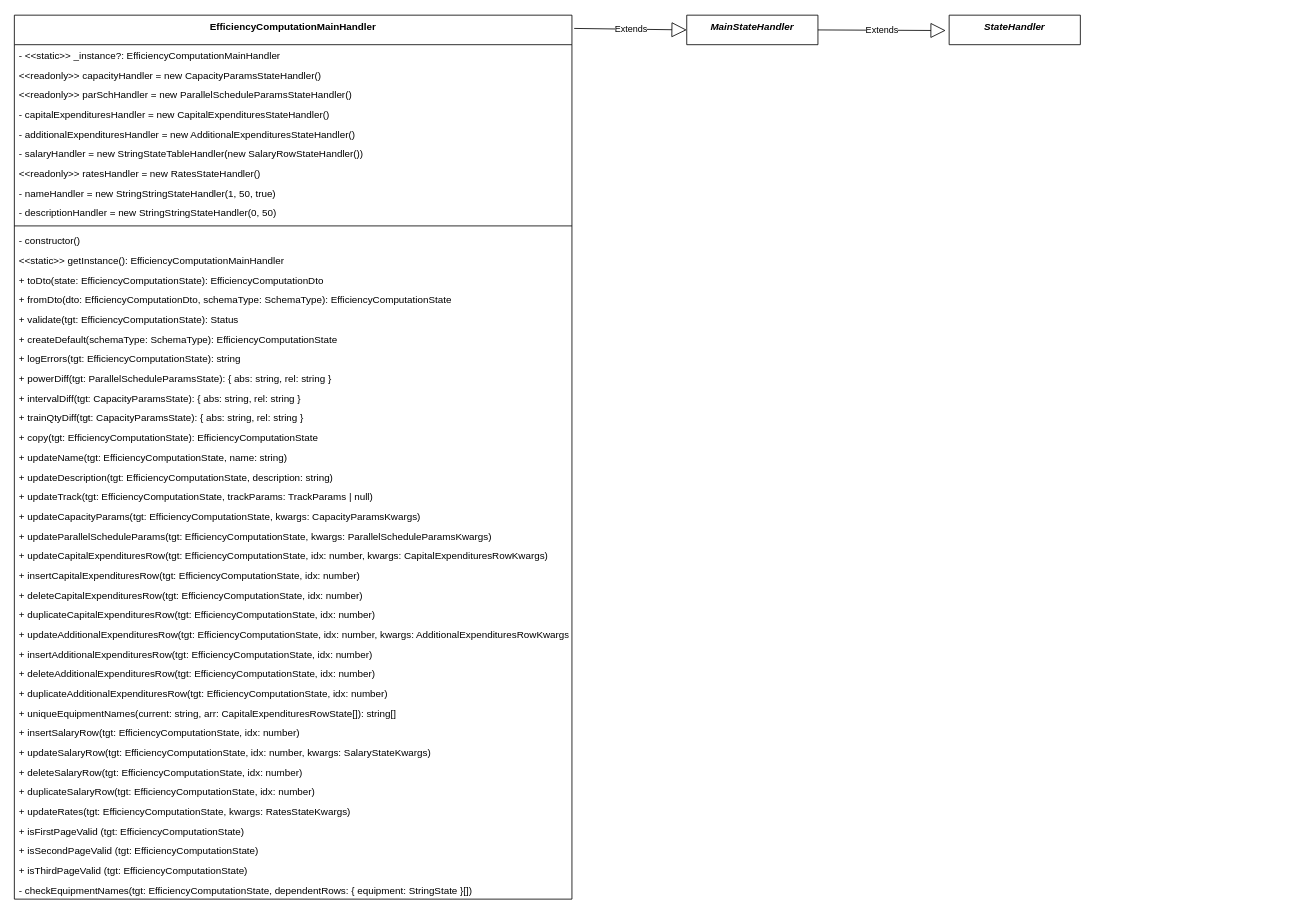
This is page "Экономика" (2 of 2) of Модель.drawio from orlov-oleg-developer/asuter-UML, a draw.io file, before an edit. Source tidied: cells renumbered, new cells numbered last; positions are measured from the earlier drawing's top-left corner, leaving out a move shared by most shapes. Both pictures are drawn from the tidied source at 82%, with x=0, y=0 at pixel (14, 15).
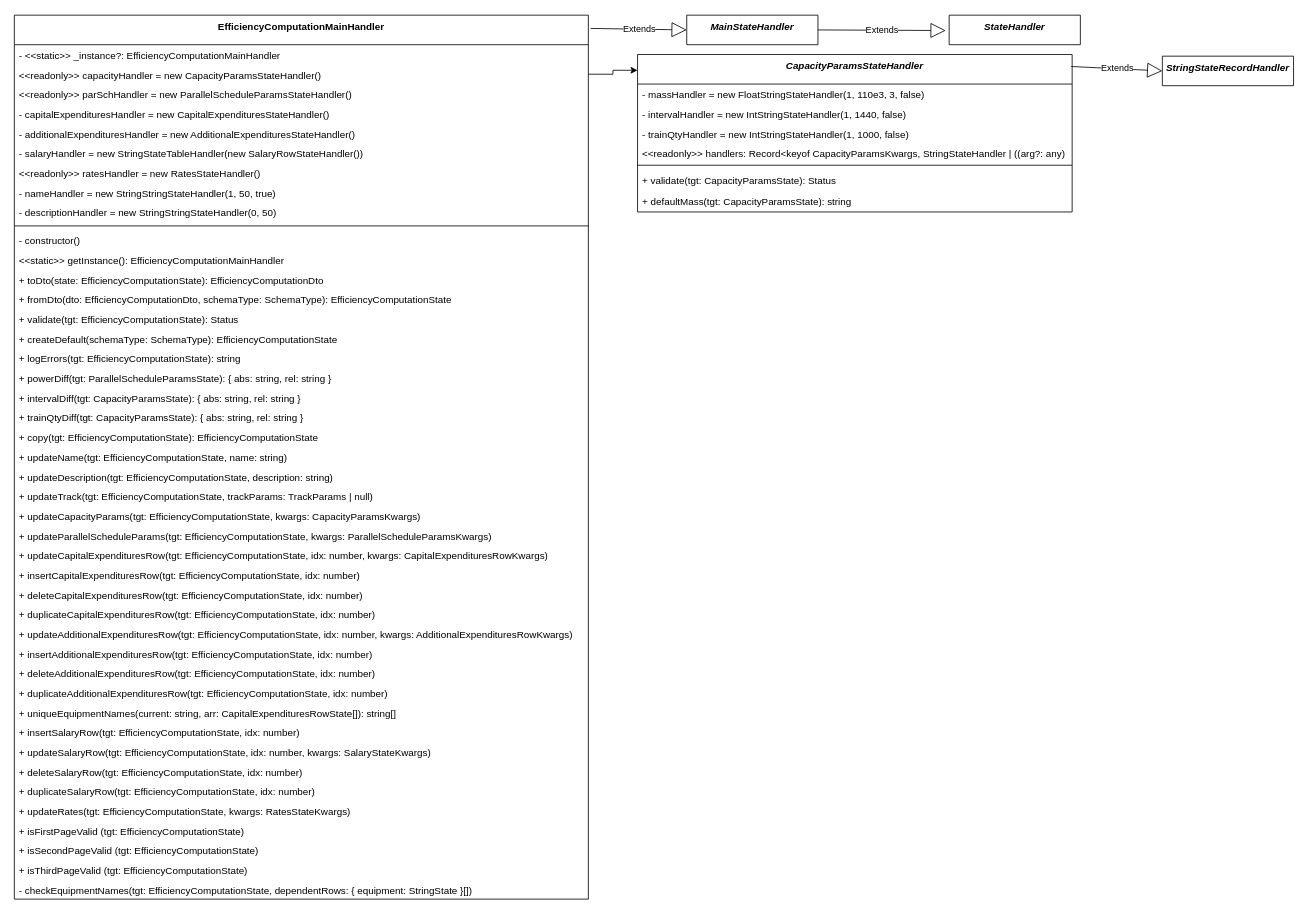
After the change.

What changed in the source:
```diff
@@
     <mxCell id="3" value="EfficiencyComputationMainHandler" style="swimlane;fontStyle=1;align=center;verticalAlign=top;horizontal=1;startSize=36;rounded=0;shadow=0;strokeWidth=1;" parent="1" vertex="1">
-      <mxGeometry width="680" height="1078" as="geometry" />
+      <mxGeometry width="700" height="1078" as="geometry" />
     </mxCell>
     <mxCell id="4" value="- &lt;&lt;static&gt;&gt; _instance?: EfficiencyComputationMainHandler" style="text;align=left;verticalAlign=top;spacingLeft=4;spacingRight=4;overflow=hidden;" parent="3" vertex="1">
-      <mxGeometry y="36" width="680" height="24" as="geometry" />
+      <mxGeometry y="36" width="700" height="24" as="geometry" />
     </mxCell>
     <mxCell id="5" value="&lt;&lt;readonly&gt;&gt; capacityHandler = new CapacityParamsStateHandler()" style="text;align=left;verticalAlign=top;spacingLeft=4;spacingRight=4;overflow=hidden;points=[[0,0.5],[1,0.5]];portConstraint=eastwest;" parent="3" vertex="1">
-      <mxGeometry y="60" width="680" height="24" as="geometry" />
+      <mxGeometry y="60" width="700" height="24" as="geometry" />
     </mxCell>
     <mxCell id="6" value="&lt;&lt;readonly&gt;&gt; parSchHandler = new ParallelScheduleParamsStateHandler()" style="text;align=left;verticalAlign=top;spacingLeft=4;spacingRight=4;overflow=hidden;" parent="3" vertex="1">
-      <mxGeometry y="84" width="680" height="24" as="geometry" />
+      <mxGeometry y="84" width="700" height="24" as="geometry" />
     </mxCell>
     <mxCell id="7" value="- capitalExpendituresHandler = new CapitalExpendituresStateHandler()" style="text;align=left;verticalAlign=top;spacingLeft=4;spacingRight=4;overflow=hidden;" parent="3" vertex="1">
-      <mxGeometry y="108" width="680" height="24" as="geometry" />
+      <mxGeometry y="108" width="700" height="24" as="geometry" />
     </mxCell>
     <mxCell id="8" value="- additionalExpendituresHandler = new AdditionalExpendituresStateHandler()" style="text;align=left;verticalAlign=top;spacingLeft=4;spacingRight=4;overflow=hidden;" parent="3" vertex="1">
-      <mxGeometry y="132" width="680" height="24" as="geometry" />
+      <mxGeometry y="132" width="700" height="24" as="geometry" />
     </mxCell>
     <mxCell id="9" value="- salaryHandler = new StringStateTableHandler(new SalaryRowStateHandler())" style="text;align=left;verticalAlign=top;spacingLeft=4;spacingRight=4;overflow=hidden;" parent="3" vertex="1">
-      <mxGeometry y="156" width="680" height="24" as="geometry" />
+      <mxGeometry y="156" width="700" height="24" as="geometry" />
     </mxCell>
     <mxCell id="10" value="&lt;&lt;readonly&gt;&gt; ratesHandler = new RatesStateHandler()" style="text;align=left;verticalAlign=top;spacingLeft=4;spacingRight=4;overflow=hidden;" parent="3" vertex="1">
-      <mxGeometry y="180" width="680" height="24" as="geometry" />
+      <mxGeometry y="180" width="700" height="24" as="geometry" />
     </mxCell>
     <mxCell id="11" value="- nameHandler = new StringStringStateHandler(1, 50, true)" style="text;align=left;verticalAlign=top;spacingLeft=4;spacingRight=4;overflow=hidden;" parent="3" vertex="1">
-      <mxGeometry y="204" width="680" height="24" as="geometry" />
+      <mxGeometry y="204" width="700" height="24" as="geometry" />
     </mxCell>
     <mxCell id="12" value="- descriptionHandler = new StringStringStateHandler(0, 50)" style="text;align=left;verticalAlign=top;spacingLeft=4;spacingRight=4;overflow=hidden;" parent="3" vertex="1">
-      <mxGeometry y="228" width="680" height="24" as="geometry" />
+      <mxGeometry y="228" width="700" height="24" as="geometry" />
     </mxCell>
     <mxCell id="13" style="line;html=1;strokeWidth=1;align=left;verticalAlign=middle;spacingTop=-1;spacingLeft=3;spacingRight=3;labelPosition=right;" parent="3" vertex="1">
-      <mxGeometry y="252" width="680" height="10" as="geometry" />
+      <mxGeometry y="252" width="700" height="10" as="geometry" />
     </mxCell>
     <mxCell id="14" value="- constructor()" style="text;align=left;verticalAlign=top;spacingLeft=4;spacingRight=4;overflow=hidden;" parent="3" vertex="1">
-      <mxGeometry y="262" width="680" height="24" as="geometry" />
+      <mxGeometry y="262" width="700" height="24" as="geometry" />
     </mxCell>
     <mxCell id="15" value="&lt;&lt;static&gt;&gt; getInstance(): EfficiencyComputationMainHandler" style="text;align=left;verticalAlign=top;spacingLeft=4;spacingRight=4;overflow=hidden;" parent="3" vertex="1">
-      <mxGeometry y="286" width="680" height="24" as="geometry" />
+      <mxGeometry y="286" width="700" height="24" as="geometry" />
     </mxCell>
     <mxCell id="16" value="+ toDto(state: EfficiencyComputationState): EfficiencyComputationDto" style="text;align=left;verticalAlign=top;spacingLeft=4;spacingRight=4;overflow=hidden;" parent="3" vertex="1">
-      <mxGeometry y="310" width="680" height="24" as="geometry" />
+      <mxGeometry y="310" width="700" height="24" as="geometry" />
     </mxCell>
     <mxCell id="17" value="+ fromDto(dto: EfficiencyComputationDto, schemaType: SchemaType): EfficiencyComputationState" style="text;align=left;verticalAlign=top;spacingLeft=4;spacingRight=4;overflow=hidden;" parent="3" vertex="1">
-      <mxGeometry y="334" width="680" height="24" as="geometry" />
+      <mxGeometry y="334" width="700" height="24" as="geometry" />
     </mxCell>
     <mxCell id="18" value="+ validate(tgt: EfficiencyComputationState): Status" style="text;align=left;verticalAlign=top;spacingLeft=4;spacingRight=4;overflow=hidden;" parent="3" vertex="1">
-      <mxGeometry y="358" width="680" height="24" as="geometry" />
+      <mxGeometry y="358" width="700" height="24" as="geometry" />
     </mxCell>
     <mxCell id="19" value="+ createDefault(schemaType: SchemaType): EfficiencyComputationState" style="text;align=left;verticalAlign=top;spacingLeft=4;spacingRight=4;overflow=hidden;" parent="3" vertex="1">
-      <mxGeometry y="382" width="680" height="24" as="geometry" />
+      <mxGeometry y="382" width="700" height="24" as="geometry" />
     </mxCell>
     <mxCell id="20" value="+ logErrors(tgt: EfficiencyComputationState): string" style="text;align=left;verticalAlign=top;spacingLeft=4;spacingRight=4;overflow=hidden;" parent="3" vertex="1">
-      <mxGeometry y="406" width="680" height="24" as="geometry" />
+      <mxGeometry y="406" width="700" height="24" as="geometry" />
     </mxCell>
     <mxCell id="21" value="+ powerDiff(tgt: ParallelScheduleParamsState): { abs: string, rel: string }" style="text;align=left;verticalAlign=top;spacingLeft=4;spacingRight=4;overflow=hidden;" parent="3" vertex="1">
-      <mxGeometry y="430" width="680" height="24" as="geometry" />
+      <mxGeometry y="430" width="700" height="24" as="geometry" />
     </mxCell>
     <mxCell id="22" value="+ intervalDiff(tgt: CapacityParamsState): { abs: string, rel: string }" style="text;align=left;verticalAlign=top;spacingLeft=4;spacingRight=4;overflow=hidden;" parent="3" vertex="1">
-      <mxGeometry y="454" width="680" height="24" as="geometry" />
+      <mxGeometry y="454" width="700" height="24" as="geometry" />
     </mxCell>
     <mxCell id="23" value="+ trainQtyDiff(tgt: CapacityParamsState): { abs: string, rel: string }" style="text;align=left;verticalAlign=top;spacingLeft=4;spacingRight=4;overflow=hidden;" parent="3" vertex="1">
-      <mxGeometry y="478" width="680" height="24" as="geometry" />
+      <mxGeometry y="478" width="700" height="24" as="geometry" />
     </mxCell>
     <mxCell id="24" value="+ copy(tgt: EfficiencyComputationState): EfficiencyComputationState" style="text;align=left;verticalAlign=top;spacingLeft=4;spacingRight=4;overflow=hidden;" parent="3" vertex="1">
-      <mxGeometry y="502" width="680" height="24" as="geometry" />
+      <mxGeometry y="502" width="700" height="24" as="geometry" />
     </mxCell>
     <mxCell id="25" value="+ updateName(tgt: EfficiencyComputationState, name: string)" style="text;align=left;verticalAlign=top;spacingLeft=4;spacingRight=4;overflow=hidden;" parent="3" vertex="1">
-      <mxGeometry y="526" width="680" height="24" as="geometry" />
+      <mxGeometry y="526" width="700" height="24" as="geometry" />
     </mxCell>
     <mxCell id="26" value="+ updateDescription(tgt: EfficiencyComputationState, description: string)" style="text;align=left;verticalAlign=top;spacingLeft=4;spacingRight=4;overflow=hidden;" parent="3" vertex="1">
-      <mxGeometry y="550" width="680" height="24" as="geometry" />
+      <mxGeometry y="550" width="700" height="24" as="geometry" />
     </mxCell>
     <mxCell id="27" value="+ updateTrack(tgt: EfficiencyComputationState, trackParams: TrackParams | null)" style="text;align=left;verticalAlign=top;spacingLeft=4;spacingRight=4;overflow=hidden;" parent="3" vertex="1">
-      <mxGeometry y="574" width="680" height="24" as="geometry" />
+      <mxGeometry y="574" width="700" height="24" as="geometry" />
     </mxCell>
     <mxCell id="28" value="+ updateCapacityParams(tgt: EfficiencyComputationState, kwargs: CapacityParamsKwargs)" style="text;align=left;verticalAlign=top;spacingLeft=4;spacingRight=4;overflow=hidden;" parent="3" vertex="1">
-      <mxGeometry y="598" width="680" height="24" as="geometry" />
+      <mxGeometry y="598" width="700" height="24" as="geometry" />
     </mxCell>
     <mxCell id="29" value="+ updateParallelScheduleParams(tgt: EfficiencyComputationState, kwargs: ParallelScheduleParamsKwargs)" style="text;align=left;verticalAlign=top;spacingLeft=4;spacingRight=4;overflow=hidden;" parent="3" vertex="1">
-      <mxGeometry y="622" width="680" height="24" as="geometry" />
+      <mxGeometry y="622" width="700" height="24" as="geometry" />
     </mxCell>
     <mxCell id="30" value="+ updateCapitalExpendituresRow(tgt: EfficiencyComputationState, idx: number, kwargs: CapitalExpendituresRowKwargs)" style="text;align=left;verticalAlign=top;spacingLeft=4;spacingRight=4;overflow=hidden;" parent="3" vertex="1">
-      <mxGeometry y="646" width="680" height="24" as="geometry" />
+      <mxGeometry y="646" width="700" height="24" as="geometry" />
     </mxCell>
     <mxCell id="31" value="+ insertCapitalExpendituresRow(tgt: EfficiencyComputationState, idx: number)" style="text;align=left;verticalAlign=top;spacingLeft=4;spacingRight=4;overflow=hidden;" parent="3" vertex="1">
-      <mxGeometry y="670" width="680" height="24" as="geometry" />
+      <mxGeometry y="670" width="700" height="24" as="geometry" />
     </mxCell>
     <mxCell id="32" value="+ deleteCapitalExpendituresRow(tgt: EfficiencyComputationState, idx: number)" style="text;align=left;verticalAlign=top;spacingLeft=4;spacingRight=4;overflow=hidden;" parent="3" vertex="1">
-      <mxGeometry y="694" width="680" height="24" as="geometry" />
+      <mxGeometry y="694" width="700" height="24" as="geometry" />
     </mxCell>
     <mxCell id="33" value="+ duplicateCapitalExpendituresRow(tgt: EfficiencyComputationState, idx: number)" style="text;align=left;verticalAlign=top;spacingLeft=4;spacingRight=4;overflow=hidden;" parent="3" vertex="1">
-      <mxGeometry y="718" width="680" height="24" as="geometry" />
+      <mxGeometry y="718" width="700" height="24" as="geometry" />
     </mxCell>
     <mxCell id="34" value="+ updateAdditionalExpendituresRow(tgt: EfficiencyComputationState, idx: number, kwargs: AdditionalExpendituresRowKwargs)" style="text;align=left;verticalAlign=top;spacingLeft=4;spacingRight=4;overflow=hidden;" parent="3" vertex="1">
-      <mxGeometry y="742" width="680" height="24" as="geometry" />
+      <mxGeometry y="742" width="700" height="24" as="geometry" />
     </mxCell>
     <mxCell id="35" value="+ insertAdditionalExpendituresRow(tgt: EfficiencyComputationState, idx: number)" style="text;align=left;verticalAlign=top;spacingLeft=4;spacingRight=4;overflow=hidden;" parent="3" vertex="1">
-      <mxGeometry y="766" width="680" height="24" as="geometry" />
+      <mxGeometry y="766" width="700" height="24" as="geometry" />
     </mxCell>
     <mxCell id="36" value="+ deleteAdditionalExpendituresRow(tgt: EfficiencyComputationState, idx: number)" style="text;align=left;verticalAlign=top;spacingLeft=4;spacingRight=4;overflow=hidden;" parent="3" vertex="1">
-      <mxGeometry y="790" width="680" height="24" as="geometry" />
+      <mxGeometry y="790" width="700" height="24" as="geometry" />
     </mxCell>
     <mxCell id="37" value="+ duplicateAdditionalExpendituresRow(tgt: EfficiencyComputationState, idx: number)" style="text;align=left;verticalAlign=top;spacingLeft=4;spacingRight=4;overflow=hidden;" parent="3" vertex="1">
-      <mxGeometry y="814" width="680" height="24" as="geometry" />
+      <mxGeometry y="814" width="700" height="24" as="geometry" />
     </mxCell>
     <mxCell id="38" value="+ uniqueEquipmentNames(current: string, arr: CapitalExpendituresRowState[]): string[]" style="text;align=left;verticalAlign=top;spacingLeft=4;spacingRight=4;overflow=hidden;" parent="3" vertex="1">
-      <mxGeometry y="838" width="680" height="24" as="geometry" />
+      <mxGeometry y="838" width="700" height="24" as="geometry" />
     </mxCell>
     <mxCell id="39" value="+ insertSalaryRow(tgt: EfficiencyComputationState, idx: number)" style="text;align=left;verticalAlign=top;spacingLeft=4;spacingRight=4;overflow=hidden;" parent="3" vertex="1">
-      <mxGeometry y="862" width="680" height="24" as="geometry" />
+      <mxGeometry y="862" width="700" height="24" as="geometry" />
     </mxCell>
     <mxCell id="40" value="+ updateSalaryRow(tgt: EfficiencyComputationState, idx: number, kwargs: SalaryStateKwargs)" style="text;align=left;verticalAlign=top;spacingLeft=4;spacingRight=4;overflow=hidden;" parent="3" vertex="1">
-      <mxGeometry y="886" width="680" height="24" as="geometry" />
+      <mxGeometry y="886" width="700" height="24" as="geometry" />
     </mxCell>
     <mxCell id="41" value="+ deleteSalaryRow(tgt: EfficiencyComputationState, idx: number)" style="text;align=left;verticalAlign=top;spacingLeft=4;spacingRight=4;overflow=hidden;" parent="3" vertex="1">
-      <mxGeometry y="910" width="680" height="24" as="geometry" />
+      <mxGeometry y="910" width="700" height="24" as="geometry" />
     </mxCell>
     <mxCell id="42" value="+ duplicateSalaryRow(tgt: EfficiencyComputationState, idx: number)" style="text;align=left;verticalAlign=top;spacingLeft=4;spacingRight=4;overflow=hidden;" parent="3" vertex="1">
-      <mxGeometry y="934" width="680" height="24" as="geometry" />
+      <mxGeometry y="934" width="700" height="24" as="geometry" />
     </mxCell>
     <mxCell id="43" value="+ updateRates(tgt: EfficiencyComputationState, kwargs: RatesStateKwargs)" style="text;align=left;verticalAlign=top;spacingLeft=4;spacingRight=4;overflow=hidden;" parent="3" vertex="1">
-      <mxGeometry y="958" width="680" height="24" as="geometry" />
+      <mxGeometry y="958" width="700" height="24" as="geometry" />
     </mxCell>
     <mxCell id="44" value="+ isFirstPageValid (tgt: EfficiencyComputationState)" style="text;align=left;verticalAlign=top;spacingLeft=4;spacingRight=4;overflow=hidden;" parent="3" vertex="1">
-      <mxGeometry y="982" width="680" height="24" as="geometry" />
+      <mxGeometry y="982" width="700" height="24" as="geometry" />
     </mxCell>
     <mxCell id="45" value="+ isSecondPageValid (tgt: EfficiencyComputationState)" style="text;align=left;verticalAlign=top;spacingLeft=4;spacingRight=4;overflow=hidden;" parent="3" vertex="1">
-      <mxGeometry y="1006" width="680" height="24" as="geometry" />
+      <mxGeometry y="1006" width="700" height="24" as="geometry" />
     </mxCell>
     <mxCell id="46" value="+ isThirdPageValid (tgt: EfficiencyComputationState)" style="text;align=left;verticalAlign=top;spacingLeft=4;spacingRight=4;overflow=hidden;" parent="3" vertex="1">
-      <mxGeometry y="1030" width="680" height="24" as="geometry" />
+      <mxGeometry y="1030" width="700" height="24" as="geometry" />
     </mxCell>
     <mxCell id="47" value="- checkEquipmentNames(tgt: EfficiencyComputationState, dependentRows: { equipment: StringState }[])" style="text;align=left;verticalAlign=top;spacingLeft=4;spacingRight=4;overflow=hidden;" parent="3" vertex="1">
-      <mxGeometry y="1054" width="680" height="24" as="geometry" />
+      <mxGeometry y="1054" width="700" height="24" as="geometry" />
     </mxCell>
@@
+    <mxCell id="51" value="CapacityParamsStateHandler" style="swimlane;fontStyle=3;align=center;verticalAlign=top;horizontal=1;startSize=36;rounded=0;shadow=0;strokeWidth=1;" parent="1" vertex="1">
+      <mxGeometry x="760" y="48" width="530" height="192" as="geometry" />
+    </mxCell>
+    <mxCell id="52" value="- massHandler = new FloatStringStateHandler(1, 110e3, 3, false)" style="text;align=left;verticalAlign=top;spacingLeft=4;spacingRight=4;overflow=hidden;" parent="51" vertex="1">
+      <mxGeometry y="36" width="530" height="24" as="geometry" />
+    </mxCell>
+    <mxCell id="53" value="- intervalHandler = new IntStringStateHandler(1, 1440, false)" style="text;align=left;verticalAlign=top;spacingLeft=4;spacingRight=4;overflow=hidden;" parent="51" vertex="1">
+      <mxGeometry y="60" width="530" height="24" as="geometry" />
+    </mxCell>
+    <mxCell id="54" value="- trainQtyHandler = new IntStringStateHandler(1, 1000, false)" style="text;align=left;verticalAlign=top;spacingLeft=4;spacingRight=4;overflow=hidden;" parent="51" vertex="1">
+      <mxGeometry y="84" width="530" height="24" as="geometry" />
+    </mxCell>
+    <mxCell id="55" value="&lt;&lt;readonly&gt;&gt; handlers: Record&lt;keyof CapacityParamsKwargs, StringStateHandler | ((arg?: any)" style="text;align=left;verticalAlign=top;spacingLeft=4;spacingRight=4;overflow=hidden;" parent="51" vertex="1">
+      <mxGeometry y="108" width="530" height="22" as="geometry" />
+    </mxCell>
+    <mxCell id="56" style="line;html=1;strokeWidth=1;align=left;verticalAlign=middle;spacingTop=-1;spacingLeft=3;spacingRight=3;labelPosition=right;" parent="51" vertex="1">
+      <mxGeometry y="130" width="530" height="10" as="geometry" />
+    </mxCell>
+    <mxCell id="57" value="+ validate(tgt: CapacityParamsState): Status" style="text;align=left;verticalAlign=top;spacingLeft=4;spacingRight=4;overflow=hidden;" parent="51" vertex="1">
+      <mxGeometry y="140" width="530" height="26" as="geometry" />
+    </mxCell>
+    <mxCell id="58" value="+ defaultMass(tgt: CapacityParamsState): string" style="text;align=left;verticalAlign=top;spacingLeft=4;spacingRight=4;overflow=hidden;" parent="51" vertex="1">
+      <mxGeometry y="166" width="530" height="26" as="geometry" />
+    </mxCell>
+    <mxCell id="59" style="edgeStyle=orthogonalEdgeStyle;rounded=0;jettySize=auto;html=1;entryX=0;entryY=0.1;entryDx=0;entryDy=0;entryPerimeter=0;" parent="1" edge="1" source="5" target="51">
+      <mxGeometry relative="1" as="geometry" />
+    </mxCell>
+    <mxCell id="60" value="Extends" style="endArrow=block;endSize=16;endFill=0;html=1;rounded=0;exitX=0.998;exitY=0.076;exitDx=0;exitDy=0;exitPerimeter=0;entryX=0;entryY=0.5;entryDx=0;entryDy=0;" parent="1" edge="1" source="51" target="61">
+      <mxGeometry relative="1" as="geometry" />
+    </mxCell>
+    <mxCell id="61" value="StringStateRecordHandler" style="swimlane;fontStyle=3;align=center;verticalAlign=top;horizontal=1;startSize=36;rounded=0;shadow=0;strokeWidth=1;" parent="1" vertex="1" collapsed="1">
+      <mxGeometry x="1400" y="50" width="160" height="36" as="geometry" />
+    </mxCell>
```
